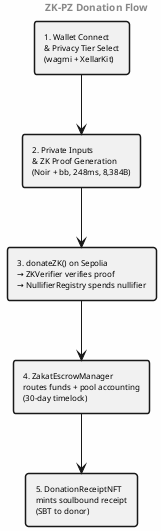
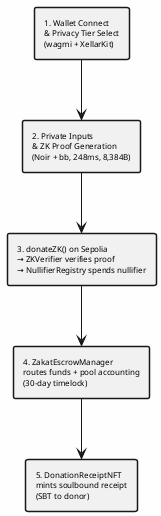
@startuml
skinparam backgroundColor #FEFEFE
skinparam shadowing false
skinparam defaultFontName Times-Roman
skinparam defaultFontSize 8
skinparam rectangleBorderThickness 1.5

- header <b>ZK-PZ Donation Flow</b>

rectangle "1. Wallet Connect\n& Privacy Tier Select\n(wagmi + XellarKit)" as S1
rectangle "2. Private Inputs\n& ZK Proof Generation\n(Noir + bb, 248ms, 8,384B)" as S2
rectangle "3. donateZK() on Sepolia\n→ ZKVerifier verifies proof\n→ NullifierRegistry spends nullifier" as S3
rectangle "4. ZakatEscrowManager\nroutes funds + pool accounting\n(30-day timelock)" as S4
rectangle "5. DonationReceiptNFT\nmints soulbound receipt\n(SBT to donor)" as S5

S1 -down-> S2
S2 -down-> S3
S3 -down-> S4
S4 -down-> S5

@enduml
